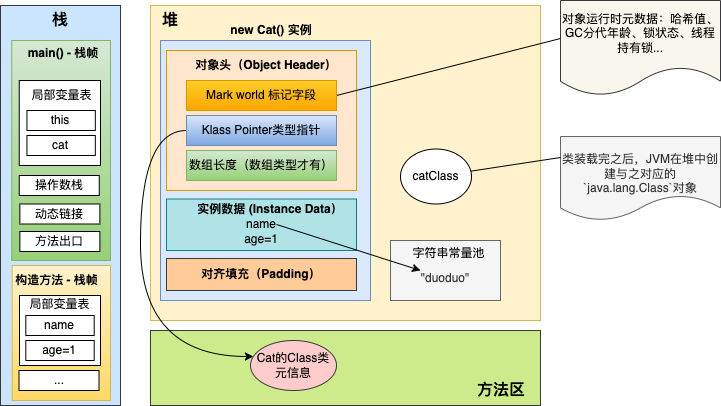
The draw.io diagram java/jvm/JVM创建对象 - 对象头布局.drawio.png in lihongyiyi/tech-visuals, before a commit. Source tidied: cells renumbered, new cells last; positions are measured from the earlier drawing's top-left corner, leaving out a move shared by most shapes.
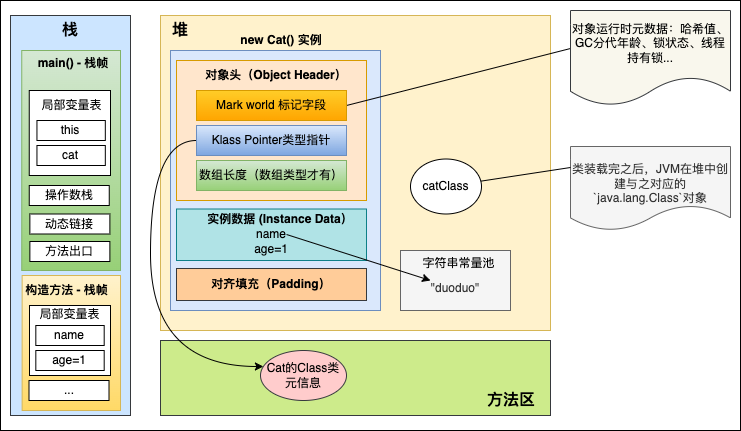
After the commit.

Commit message:
更新JVM创建对象 - 对象头布局.drawio.png

Diff of the diagram source:
```diff
@@ -2,6 +2,9 @@
   <root>
     <mxCell id="0" />
     <mxCell id="1" parent="0" />
+    <mxCell id="45" style="rounded=0;whiteSpace=wrap;html=1;" parent="1" vertex="1">
+      <mxGeometry x="-10" y="-10" width="740" height="430" as="geometry" />
+    </mxCell>
     <mxCell id="2" style="rounded=0;whiteSpace=wrap;html=1;fillColor=#cce5ff;strokeColor=#36393d;" parent="1" vertex="1">
       <mxGeometry y="5" width="120" height="400" as="geometry" />
     </mxCell>
```
